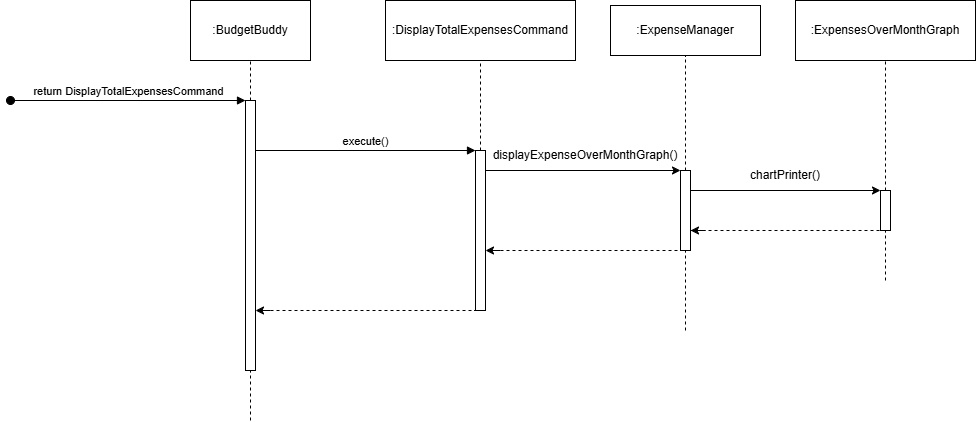
The draw.io diagram docs/diagrams/DisplayMonthlyExpenses.drawio.png in telferang/tp, before a commit. Source tidied: cells renumbered, new cells last; positions are measured from the earlier drawing's top-left corner, leaving out a move shared by most shapes.
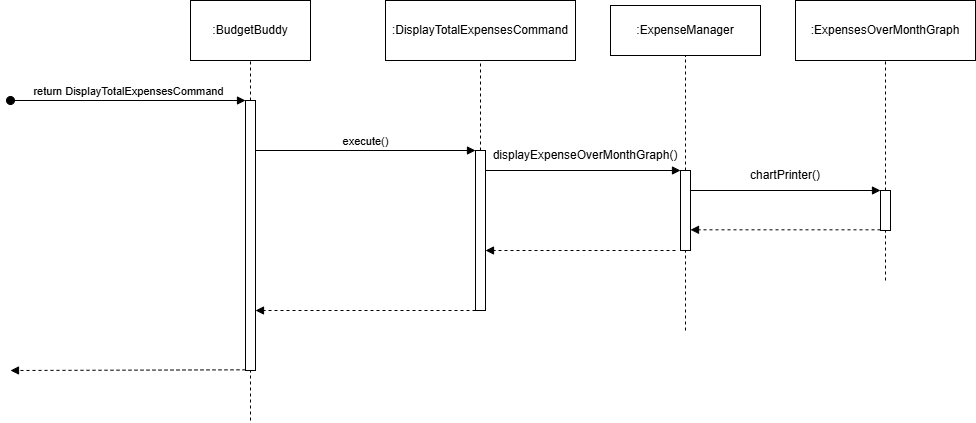
After the commit.

Commit message:
Fix UML Diagrams for DG

What changed in the source:
```diff
@@ -34,11 +34,6 @@
         <mxPoint x="465" y="150" as="targetPoint" />
       </mxGeometry>
     </mxCell>
-    <mxCell id="10" style="endArrow=classic;html=1;rounded=0;" parent="1" edge="1" target="12">
-      <mxGeometry relative="1" as="geometry">
-        <mxPoint x="475" y="170" as="sourcePoint" />
-      </mxGeometry>
-    </mxCell>
     <mxCell id="11" value=":ExpenseManager" style="rounded=0;whiteSpace=wrap;html=1;" parent="1" vertex="1">
       <mxGeometry x="600" y="5" width="150" height="50" as="geometry" />
     </mxCell>
@@ -51,34 +46,11 @@
     <mxCell id="14" value="displayExpenseOverMonthGraph()" style="text;html=1;align=center;verticalAlign=middle;whiteSpace=wrap;rounded=0;" parent="1" vertex="1">
       <mxGeometry x="565" y="110" width="20" height="90" as="geometry" />
     </mxCell>
-    <mxCell id="15" style="endArrow=none;dashed=1;html=1;rounded=0;" parent="1" edge="1" target="12">
-      <mxGeometry relative="1" as="geometry">
-        <mxPoint x="490" y="250" as="sourcePoint" />
-      </mxGeometry>
-    </mxCell>
-    <mxCell id="16" style="endArrow=classic;html=1;rounded=0;" parent="1" edge="1">
-      <mxGeometry relative="1" as="geometry">
-        <mxPoint x="490" y="250" as="sourcePoint" />
-        <mxPoint x="475" y="250" as="targetPoint" />
-      </mxGeometry>
-    </mxCell>
     <mxCell id="17" style="endArrow=none;dashed=1;html=1;rounded=0;" parent="1" edge="1" target="12">
       <mxGeometry relative="1" as="geometry">
         <mxPoint x="675" y="330" as="sourcePoint" />
       </mxGeometry>
     </mxCell>
-    <mxCell id="18" style="endArrow=none;dashed=1;html=1;rounded=0;" parent="1" edge="1">
-      <mxGeometry relative="1" as="geometry">
-        <mxPoint x="260" y="310" as="sourcePoint" />
-        <mxPoint x="465" y="310" as="targetPoint" />
-      </mxGeometry>
-    </mxCell>
-    <mxCell id="19" style="endArrow=classic;html=1;rounded=0;" parent="1" edge="1">
-      <mxGeometry relative="1" as="geometry">
-        <mxPoint x="260" y="310" as="sourcePoint" />
-        <mxPoint x="245" y="310" as="targetPoint" />
-      </mxGeometry>
-    </mxCell>
     <mxCell id="20" value=":ExpensesOverMonthGraph" style="rounded=0;whiteSpace=wrap;html=1;" parent="1" vertex="1">
       <mxGeometry x="785" width="180" height="60" as="geometry" />
     </mxCell>
@@ -93,22 +65,6 @@
     <mxCell id="23" style="html=1;points=[[0,0,0,0,5],[0,1,0,0,-5],[1,0,0,0,5],[1,1,0,0,-5]];perimeter=orthogonalPerimeter;outlineConnect=0;targetShapes=umlLifeline;portConstraint=eastwest;newEdgeStyle={&quot;curved&quot;:0,&quot;rounded&quot;:0};" parent="1" vertex="1">
       <mxGeometry x="870" y="190" width="10" height="40" as="geometry" />
     </mxCell>
-    <mxCell id="24" style="endArrow=classic;html=1;rounded=0;" parent="1" edge="1" target="23">
-      <mxGeometry relative="1" as="geometry">
-        <mxPoint x="680" y="190" as="sourcePoint" />
-      </mxGeometry>
-    </mxCell>
-    <mxCell id="25" style="endArrow=none;dashed=1;html=1;rounded=0;" parent="1" edge="1" target="23">
-      <mxGeometry relative="1" as="geometry">
-        <mxPoint x="680" y="230" as="sourcePoint" />
-      </mxGeometry>
-    </mxCell>
-    <mxCell id="26" style="endArrow=classic;html=1;rounded=0;" parent="1" edge="1">
-      <mxGeometry relative="1" as="geometry">
-        <mxPoint x="695" y="230" as="sourcePoint" />
-        <mxPoint x="680" y="230" as="targetPoint" />
-      </mxGeometry>
-    </mxCell>
     <mxCell id="27" value="chartPrinter()" style="text;html=1;align=center;verticalAlign=middle;whiteSpace=wrap;rounded=0;" parent="1" vertex="1">
       <mxGeometry x="765" y="130" width="20" height="90" as="geometry" />
     </mxCell>
@@ -117,5 +73,39 @@
         <mxPoint x="470" y="150" as="sourcePoint" />
       </mxGeometry>
     </mxCell>
+    <mxCell id="29" style="html=1;verticalAlign=bottom;endArrow=block;curved=0;rounded=0;" parent="1" edge="1" target="12">
+      <mxGeometry relative="1" as="geometry">
+        <mxPoint x="475" y="170" as="sourcePoint" />
+      </mxGeometry>
+    </mxCell>
+    <mxCell id="30" style="html=1;verticalAlign=bottom;endArrow=block;curved=0;rounded=0;" parent="1" edge="1">
+      <mxGeometry relative="1" as="geometry">
+        <mxPoint x="680" y="190" as="sourcePoint" />
+        <mxPoint x="870" y="190" as="targetPoint" />
+      </mxGeometry>
+    </mxCell>
+    <mxCell id="31" style="html=1;verticalAlign=bottom;endArrow=block;curved=0;rounded=0;fixDash=0;dashed=1;exitX=0;exitY=1;exitDx=0;exitDy=-5;exitPerimeter=0;" parent="1" edge="1">
+      <mxGeometry relative="1" as="geometry">
+        <mxPoint x="870" y="229.3" as="sourcePoint" />
+        <mxPoint x="680" y="229.3" as="targetPoint" />
+      </mxGeometry>
+    </mxCell>
+    <mxCell id="32" style="html=1;verticalAlign=bottom;endArrow=block;curved=0;rounded=0;fixDash=0;dashed=1;exitX=0;exitY=1;exitDx=0;exitDy=-5;exitPerimeter=0;" parent="1" edge="1">
+      <mxGeometry relative="1" as="geometry">
+        <mxPoint x="665" y="250" as="sourcePoint" />
+        <mxPoint x="475" y="250" as="targetPoint" />
+      </mxGeometry>
+    </mxCell>
+    <mxCell id="33" style="html=1;verticalAlign=bottom;endArrow=block;curved=0;rounded=0;fixDash=0;dashed=1;exitX=0;exitY=1;exitDx=0;exitDy=-5;exitPerimeter=0;" parent="1" edge="1" target="6">
+      <mxGeometry relative="1" as="geometry">
+        <mxPoint x="465" y="310" as="sourcePoint" />
+      </mxGeometry>
+    </mxCell>
+    <mxCell id="34" style="html=1;verticalAlign=bottom;endArrow=block;curved=0;rounded=0;fixDash=0;dashed=1;exitX=0;exitY=1;exitDx=0;exitDy=-5;exitPerimeter=0;" parent="1" edge="1">
+      <mxGeometry relative="1" as="geometry">
+        <mxPoint x="235" y="369.3" as="sourcePoint" />
+        <mxPoint y="370" as="targetPoint" />
+      </mxGeometry>
+    </mxCell>
   </root>
 </mxGraphModel>
```
